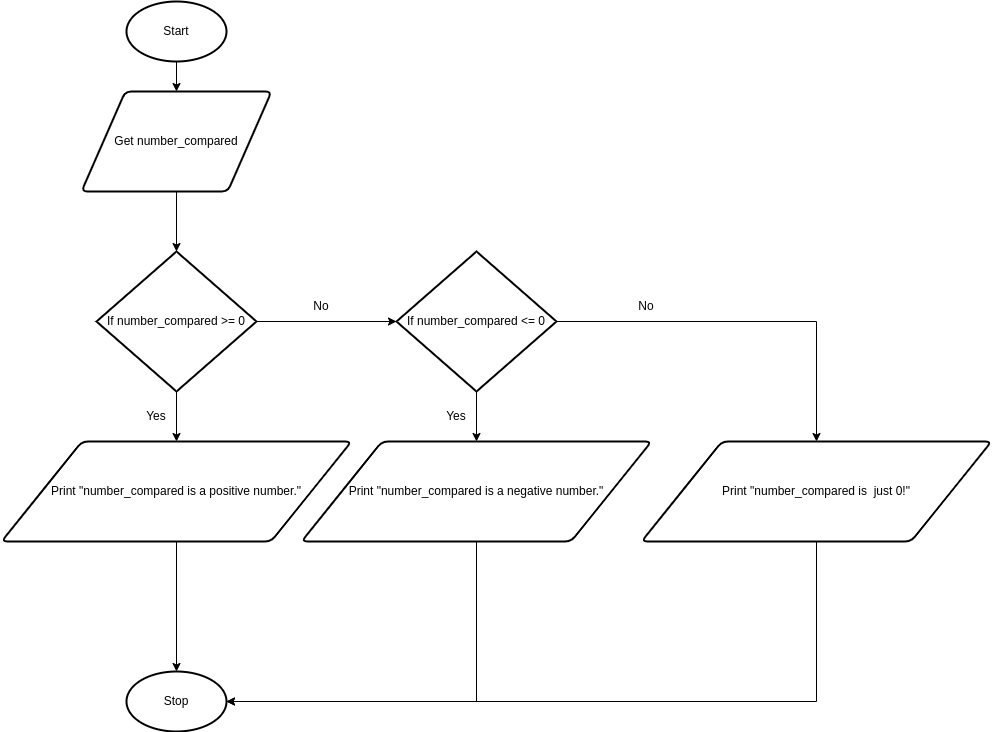
The draw.io diagram design.number_compared.flowchart.png in Yiyun-Qin/ICS3U-Unit3-04-Python, before a commit. Source tidied: cells renumbered, new cells last; positions are measured from the earlier drawing's top-left corner, leaving out a move shared by most shapes. Its diagram source:
```xml
<mxGraphModel>
  <root>
    <mxCell id="0" />
    <mxCell id="1" parent="0" />
    <mxCell id="2" style="edgeStyle=none;html=1;exitX=0.5;exitY=1;exitDx=0;exitDy=0;exitPerimeter=0;entryX=0.5;entryY=0;entryDx=0;entryDy=0;" parent="1" edge="1" source="3" target="6">
      <mxGeometry relative="1" as="geometry" />
    </mxCell>
    <mxCell id="3" value="Start" style="strokeWidth=2;html=1;shape=mxgraph.flowchart.start_1;whiteSpace=wrap;" parent="1" vertex="1">
      <mxGeometry x="125" width="100" height="60" as="geometry" />
    </mxCell>
    <mxCell id="4" style="edgeStyle=none;html=1;exitX=0.5;exitY=1;exitDx=0;exitDy=0;entryX=0.5;entryY=0;entryDx=0;entryDy=0;" parent="1" edge="1" source="6">
      <mxGeometry relative="1" as="geometry">
        <mxPoint x="175" y="170" as="targetPoint" />
      </mxGeometry>
    </mxCell>
    <mxCell id="5" style="edgeStyle=none;html=1;exitX=0.5;exitY=1;exitDx=0;exitDy=0;entryX=0.5;entryY=0;entryDx=0;entryDy=0;entryPerimeter=0;" parent="1" edge="1" source="6" target="10">
      <mxGeometry relative="1" as="geometry" />
    </mxCell>
    <mxCell id="6" value="Get number_compared" style="shape=parallelogram;html=1;strokeWidth=2;perimeter=parallelogramPerimeter;whiteSpace=wrap;rounded=1;arcSize=12;size=0.23;" parent="1" vertex="1">
      <mxGeometry x="80" y="90" width="190" height="100" as="geometry" />
    </mxCell>
    <mxCell id="7" value="Stop" style="strokeWidth=2;html=1;shape=mxgraph.flowchart.start_1;whiteSpace=wrap;" parent="1" vertex="1">
      <mxGeometry x="125" y="670" width="100" height="60" as="geometry" />
    </mxCell>
    <mxCell id="8" style="edgeStyle=none;html=1;exitX=0.5;exitY=1;exitDx=0;exitDy=0;exitPerimeter=0;entryX=0.5;entryY=0;entryDx=0;entryDy=0;" parent="1" edge="1" source="10" target="12">
      <mxGeometry relative="1" as="geometry" />
    </mxCell>
    <mxCell id="9" style="edgeStyle=none;html=1;exitX=1;exitY=0.5;exitDx=0;exitDy=0;exitPerimeter=0;" parent="1" edge="1" source="10" target="15">
      <mxGeometry relative="1" as="geometry" />
    </mxCell>
    <mxCell id="10" value="If number_compared &amp;gt;= 0" style="strokeWidth=2;html=1;shape=mxgraph.flowchart.decision;whiteSpace=wrap;" parent="1" vertex="1">
      <mxGeometry x="95" y="250" width="160" height="140" as="geometry" />
    </mxCell>
    <mxCell id="11" style="edgeStyle=none;html=1;exitX=0.5;exitY=1;exitDx=0;exitDy=0;entryX=0.5;entryY=0;entryDx=0;entryDy=0;entryPerimeter=0;" parent="1" edge="1" source="12" target="7">
      <mxGeometry relative="1" as="geometry" />
    </mxCell>
    <mxCell id="12" value="Print &quot;number_compared is a positive number.&quot;" style="shape=parallelogram;html=1;strokeWidth=2;perimeter=parallelogramPerimeter;whiteSpace=wrap;rounded=1;arcSize=12;size=0.23;" parent="1" vertex="1">
      <mxGeometry y="440" width="350" height="100" as="geometry" />
    </mxCell>
    <mxCell id="13" style="edgeStyle=none;html=1;exitX=0.5;exitY=1;exitDx=0;exitDy=0;exitPerimeter=0;entryX=0.5;entryY=0;entryDx=0;entryDy=0;" parent="1" edge="1" source="15" target="19">
      <mxGeometry relative="1" as="geometry" />
    </mxCell>
    <mxCell id="14" style="edgeStyle=orthogonalEdgeStyle;rounded=0;html=1;exitX=1;exitY=0.5;exitDx=0;exitDy=0;exitPerimeter=0;entryX=0.5;entryY=0;entryDx=0;entryDy=0;strokeColor=default;" parent="1" edge="1" source="15" target="23">
      <mxGeometry relative="1" as="geometry" />
    </mxCell>
    <mxCell id="15" value="If number_compared &amp;lt;= 0" style="strokeWidth=2;html=1;shape=mxgraph.flowchart.decision;whiteSpace=wrap;" parent="1" vertex="1">
      <mxGeometry x="395" y="250" width="160" height="140" as="geometry" />
    </mxCell>
    <mxCell id="16" value="Yes" style="text;html=1;strokeColor=none;fillColor=none;align=center;verticalAlign=middle;whiteSpace=wrap;rounded=0;" parent="1" vertex="1">
      <mxGeometry x="125" y="400" width="60" height="30" as="geometry" />
    </mxCell>
    <mxCell id="17" value="No" style="text;html=1;strokeColor=none;fillColor=none;align=center;verticalAlign=middle;whiteSpace=wrap;rounded=0;" parent="1" vertex="1">
      <mxGeometry x="290" y="290" width="60" height="30" as="geometry" />
    </mxCell>
    <mxCell id="18" style="edgeStyle=orthogonalEdgeStyle;html=1;exitX=0.5;exitY=1;exitDx=0;exitDy=0;entryX=1;entryY=0.5;entryDx=0;entryDy=0;entryPerimeter=0;strokeColor=default;rounded=0;" parent="1" edge="1" source="19" target="7">
      <mxGeometry relative="1" as="geometry" />
    </mxCell>
    <mxCell id="19" value="Print &quot;number_compared is a negative number.&quot;" style="shape=parallelogram;html=1;strokeWidth=2;perimeter=parallelogramPerimeter;whiteSpace=wrap;rounded=1;arcSize=12;size=0.23;" parent="1" vertex="1">
      <mxGeometry x="300" y="440" width="350" height="100" as="geometry" />
    </mxCell>
    <mxCell id="20" value="Yes" style="text;html=1;strokeColor=none;fillColor=none;align=center;verticalAlign=middle;whiteSpace=wrap;rounded=0;" parent="1" vertex="1">
      <mxGeometry x="425" y="400" width="60" height="30" as="geometry" />
    </mxCell>
    <mxCell id="21" value="No" style="text;html=1;strokeColor=none;fillColor=none;align=center;verticalAlign=middle;whiteSpace=wrap;rounded=0;" parent="1" vertex="1">
      <mxGeometry x="615" y="290" width="60" height="30" as="geometry" />
    </mxCell>
    <mxCell id="22" style="edgeStyle=orthogonalEdgeStyle;rounded=0;html=1;exitX=0.5;exitY=1;exitDx=0;exitDy=0;entryX=1;entryY=0.5;entryDx=0;entryDy=0;entryPerimeter=0;strokeColor=default;" parent="1" edge="1" source="23" target="7">
      <mxGeometry relative="1" as="geometry" />
    </mxCell>
    <mxCell id="23" value="Print &quot;number_compared is&amp;nbsp; just 0!&quot;" style="shape=parallelogram;html=1;strokeWidth=2;perimeter=parallelogramPerimeter;whiteSpace=wrap;rounded=1;arcSize=12;size=0.23;" parent="1" vertex="1">
      <mxGeometry x="640" y="440" width="350" height="100" as="geometry" />
    </mxCell>
  </root>
</mxGraphModel>
```
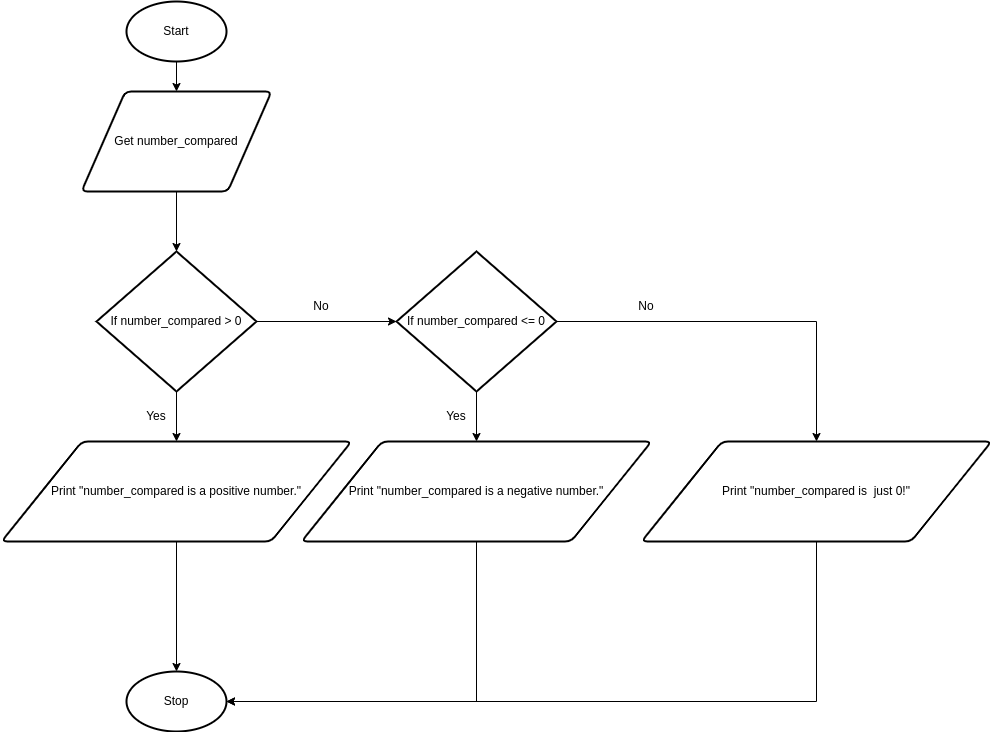
The same file after the commit.

Commit message:
positive and negative int

Change to the diagram source:
```diff
@@ -28,7 +28,7 @@
     <mxCell id="9" style="edgeStyle=none;html=1;exitX=1;exitY=0.5;exitDx=0;exitDy=0;exitPerimeter=0;" parent="1" edge="1" source="10" target="15">
       <mxGeometry relative="1" as="geometry" />
     </mxCell>
-    <mxCell id="10" value="If number_compared &amp;gt;= 0" style="strokeWidth=2;html=1;shape=mxgraph.flowchart.decision;whiteSpace=wrap;" parent="1" vertex="1">
+    <mxCell id="10" value="If number_compared &amp;gt; 0" style="strokeWidth=2;html=1;shape=mxgraph.flowchart.decision;whiteSpace=wrap;" parent="1" vertex="1">
       <mxGeometry x="95" y="250" width="160" height="140" as="geometry" />
     </mxCell>
     <mxCell id="11" style="edgeStyle=none;html=1;exitX=0.5;exitY=1;exitDx=0;exitDy=0;entryX=0.5;entryY=0;entryDx=0;entryDy=0;entryPerimeter=0;" parent="1" edge="1" source="12" target="7">
```
